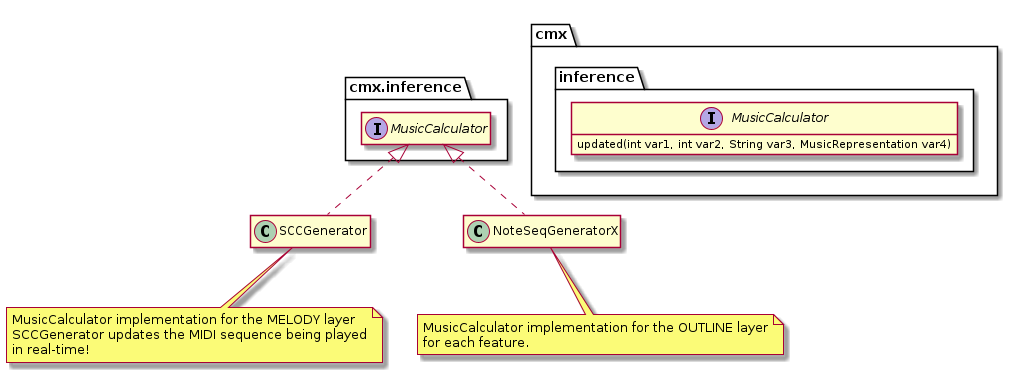
Before: diagrams/test2.png, a diagram exported from PlantUML (fujiij/plantuml).
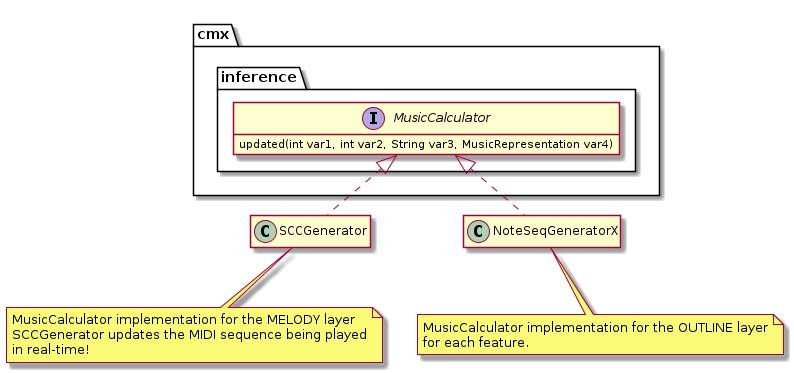
The same diagram one commit later.

Commit message:
Auto-generate PlantUML diagrams

The edit, as a diff of the source:
```diff
@@ -9,8 +9,8 @@
     }
 }
 
-class SCCGenerator implements cmx.inference.MusicCalculator
-class NoteSeqGeneratorX implements cmx.inference.MusicCalculator
+class SCCGenerator implements MusicCalculator
+class NoteSeqGeneratorX implements MusicCalculator
 
 note bottom of SCCGenerator
     MusicCalculator implementation for the MELODY layer
```
